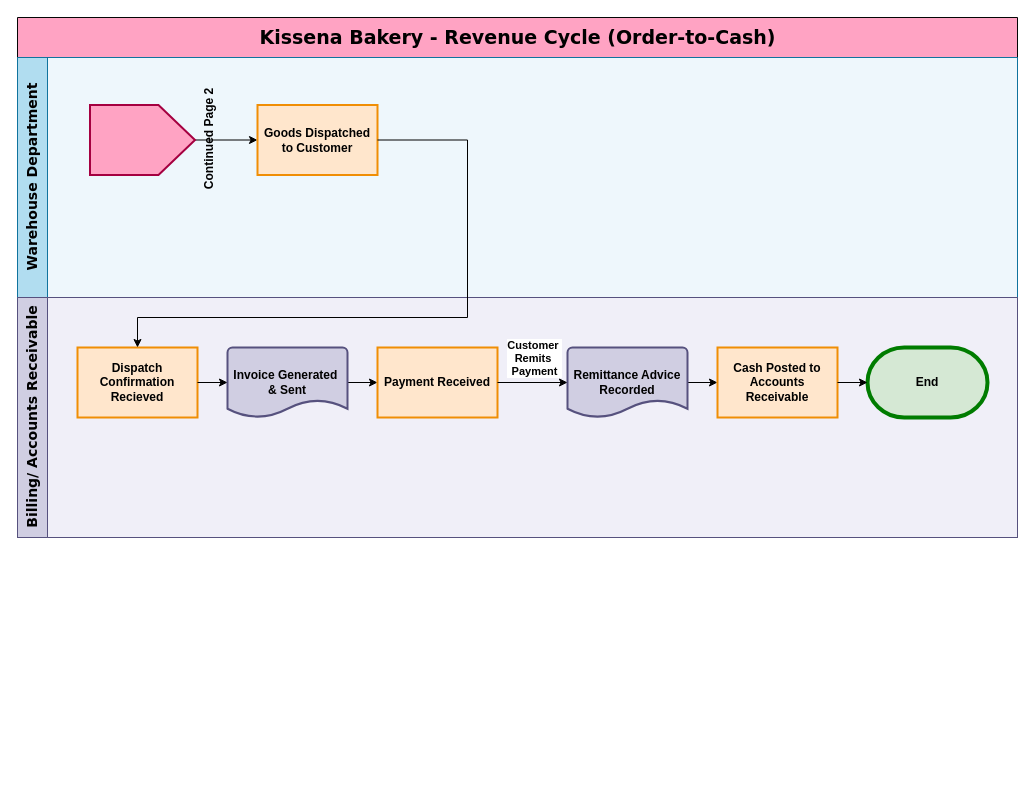
The draw.io diagram page "Page-2" (2 of 2) of Revenue_Cycle_Controls.drawio in talyasharoni51-a11y/drawio, before the edit. Source tidied: cells renumbered, new cells numbered last; positions are measured from the earlier drawing's top-left corner, leaving out a move shared by most shapes. Both pictures are drawn from the tidied source at 100%, with x=0, y=0 at pixel (17, 17).
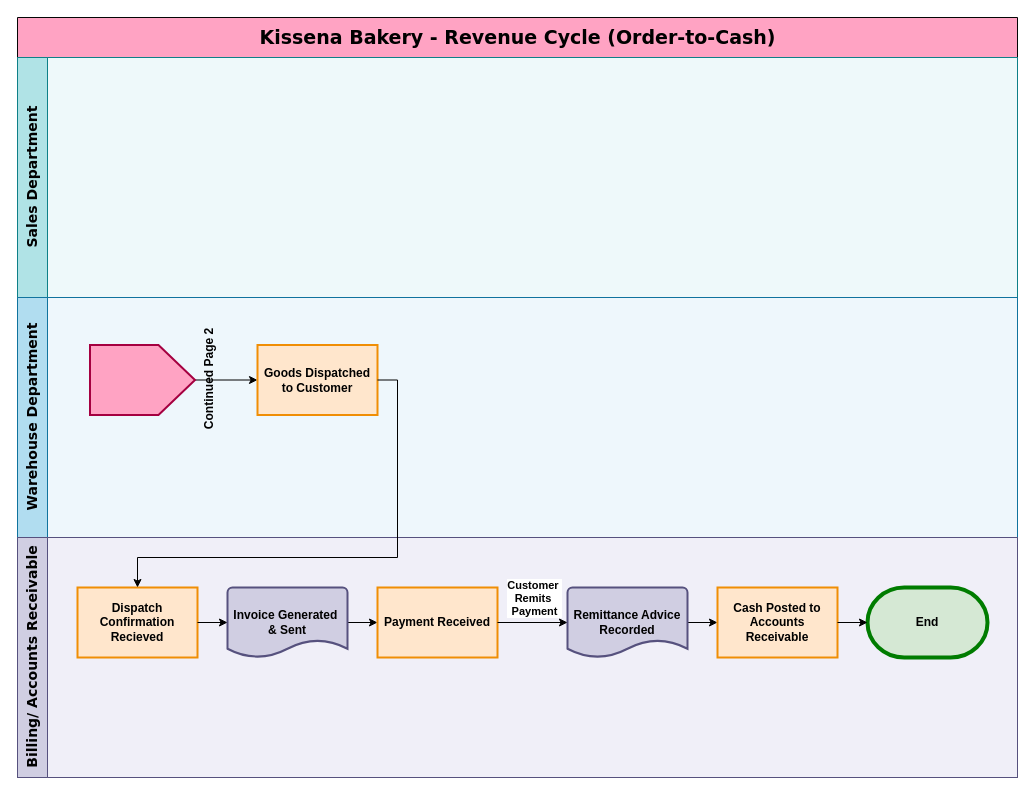
The same diagram, later.

Unchanged cells that the change refers to:
```xml
<mxCell id="6" value="&lt;b&gt;Goods Dispatched to Customer&lt;/b&gt;" style="html=1;dashed=0;whiteSpace=wrap;fillColor=#ffe6cc;strokeColor=light-dark(#f08e05, #996500);strokeWidth=2;" parent="3" vertex="1">
  <mxGeometry x="240" y="47.5" width="120" height="70" as="geometry" />
</mxCell>
<mxCell id="8" value="&lt;b&gt;Dispatch Confirmation Recieved&lt;/b&gt;" style="html=1;dashed=0;whiteSpace=wrap;fillColor=#ffe6cc;strokeColor=light-dark(#f08e05, #996500);strokeWidth=2;" parent="7" vertex="1">
  <mxGeometry x="60" y="50" width="120" height="70" as="geometry" />
</mxCell>
```

Change to the diagram source:
```diff
@@
     <mxCell id="2" value="&lt;font face=&quot;Verdana&quot;&gt;Kissena Bakery - Revenue Cycle (Order-to-Cash)&lt;/font&gt;" style="swimlane;horizontal=1;startSize=40;html=1;fillColor=light-dark(#ffa3c3, #ff90f3);strokeColor=light-dark(#050505, #d7817e);fontSize=19;swimlaneFillColor=#EEF7FC;" parent="1" vertex="1">
-      <mxGeometry width="1000" height="520" as="geometry" />
+      <mxGeometry width="1000" height="760" as="geometry" />
     </mxCell>
+    <mxCell id="21" value="&lt;font style=&quot;font-size: 14px;&quot; face=&quot;Verdana&quot;&gt;Sales Department&lt;/font&gt;" style="swimlane;startSize=30;horizontal=0;html=1;fillColor=#b0e3e6;strokeColor=#0e8088;swimlaneFillColor=#EEF9FA;" parent="2" vertex="1">
+      <mxGeometry y="40" width="1000" height="240" as="geometry" />
+    </mxCell>
     <mxCell id="3" value="&lt;font style=&quot;font-size: 14px;&quot; face=&quot;Verdana&quot;&gt;Warehouse Department&lt;/font&gt;" style="swimlane;startSize=30;horizontal=0;html=1;fillColor=#b1ddf0;strokeColor=#10739e;" parent="2" vertex="1">
-      <mxGeometry y="40" width="1000" height="240" as="geometry" />
+      <mxGeometry y="280" width="1000" height="240" as="geometry" />
     </mxCell>
@@
     <mxCell id="7" value="&lt;font style=&quot;font-size: 14px;&quot; face=&quot;Verdana&quot;&gt;Billing/ Accounts Receivable&lt;/font&gt;" style="swimlane;startSize=30;horizontal=0;html=1;fillColor=#d0cee2;strokeColor=#56517e;swimlaneFillColor=#F0EFF8;" parent="2" vertex="1">
-      <mxGeometry y="280" width="1000" height="240" as="geometry" />
+      <mxGeometry y="520" width="1000" height="240" as="geometry" />
     </mxCell>
@@
     <mxCell id="20" style="edgeStyle=orthogonalEdgeStyle;rounded=0;jettySize=auto;html=1;exitX=1;exitY=0.5;exitDx=0;exitDy=0;entryX=0.5;entryY=0;entryDx=0;entryDy=0;" parent="2" edge="1" source="6" target="8">
       <mxGeometry relative="1" as="geometry">
         <Array as="points">
-          <mxPoint x="450" y="122" />
-          <mxPoint x="450" y="300" />
-          <mxPoint x="120" y="300" />
+          <mxPoint x="380" y="363" />
+          <mxPoint x="380" y="540" />
+          <mxPoint x="120" y="540" />
         </Array>
       </mxGeometry>
     </mxCell>
```
